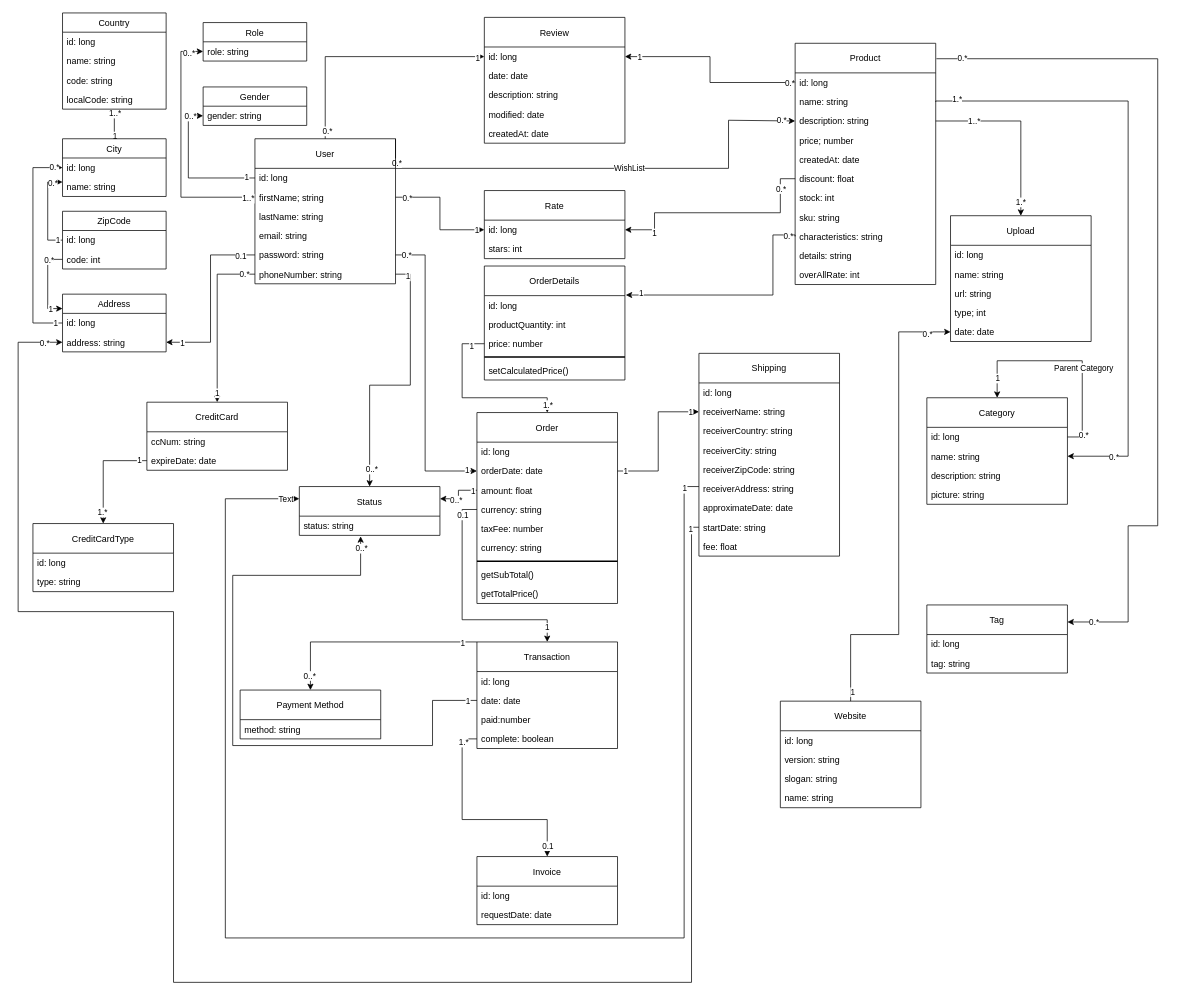
Above: page "Ecommerce basic model" (1 of 4) of Class Diagram.drawio in Psycomentis06/AZIT-e-commerce-API-doc (draw.io), before the change. Source tidied: cells renumbered, new cells numbered last; positions are measured from the earlier drawing's top-left corner, leaving out a move shared by most shapes. Both pictures are drawn from the tidied source at 74%, with x=0, y=0 at pixel (18, 13).
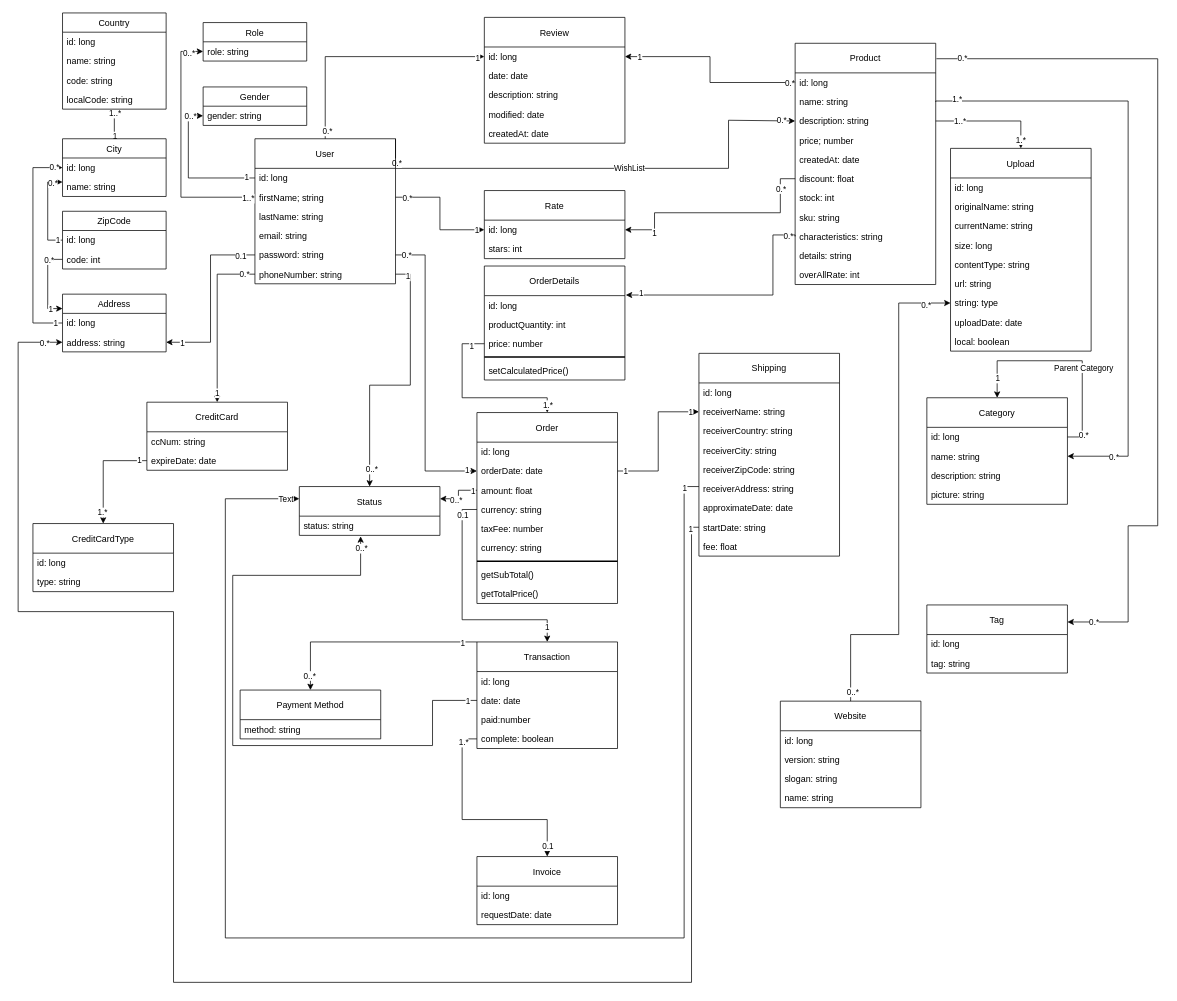
Above is the later version.

Unchanged cells that the change refers to:
```xml
<mxCell id="175" value="Website" style="swimlane;fontStyle=0;horizontal=1;startSize=40;fillColor=none;" parent="1" vertex="1">
  <mxGeometry x="1030" y="930" width="190" height="144" as="geometry" />
</mxCell>
```

What changed in the source:
```diff
@@
     <mxCell id="33" value="Upload" style="swimlane;fontStyle=0;horizontal=1;startSize=40;fillColor=none;" parent="1" vertex="1">
-      <mxGeometry x="1260" y="274" width="190" height="170" as="geometry" />
+      <mxGeometry x="1260" y="183" width="190" height="274" as="geometry" />
     </mxCell>
@@
-    <mxCell id="35" value="name: string" style="text;strokeColor=none;fillColor=none;align=left;verticalAlign=top;spacingLeft=4;spacingRight=4;overflow=hidden;" parent="33" vertex="1">
+    <mxCell id="35" value="originalName: string" style="text;strokeColor=none;fillColor=none;align=left;verticalAlign=top;spacingLeft=4;spacingRight=4;overflow=hidden;" parent="33" vertex="1">
       <mxGeometry y="66" width="190" height="26" as="geometry" />
     </mxCell>
-    <mxCell id="36" value="url: string" style="text;strokeColor=none;fillColor=none;align=left;verticalAlign=top;spacingLeft=4;spacingRight=4;overflow=hidden;" parent="33" vertex="1">
+    <mxCell id="36" value="currentName: string" style="text;strokeColor=none;fillColor=none;align=left;verticalAlign=top;spacingLeft=4;spacingRight=4;overflow=hidden;" parent="33" vertex="1">
       <mxGeometry y="92" width="190" height="26" as="geometry" />
     </mxCell>
-    <mxCell id="37" value="type; int" style="text;strokeColor=none;fillColor=none;align=left;verticalAlign=top;spacingLeft=4;spacingRight=4;overflow=hidden;" parent="33" vertex="1">
+    <mxCell id="37" value="size: long" style="text;strokeColor=none;fillColor=none;align=left;verticalAlign=top;spacingLeft=4;spacingRight=4;overflow=hidden;" parent="33" vertex="1">
       <mxGeometry y="118" width="190" height="26" as="geometry" />
     </mxCell>
-    <mxCell id="38" value="date: date" style="text;strokeColor=none;fillColor=none;align=left;verticalAlign=top;spacingLeft=4;spacingRight=4;overflow=hidden;points=[[0,0.5],[1,0.5]];portConstraint=eastwest;" parent="33" vertex="1">
+    <mxCell id="38" value="contentType: string" style="text;strokeColor=none;fillColor=none;align=left;verticalAlign=top;spacingLeft=4;spacingRight=4;overflow=hidden;points=[[0,0.5],[1,0.5]];portConstraint=eastwest;" parent="33" vertex="1">
       <mxGeometry y="144" width="190" height="26" as="geometry" />
     </mxCell>
+    <mxCell id="206" value="url: string" style="text;strokeColor=none;fillColor=none;align=left;verticalAlign=top;spacingLeft=4;spacingRight=4;overflow=hidden;" parent="33" vertex="1">
+      <mxGeometry y="170" width="190" height="26" as="geometry" />
+    </mxCell>
+    <mxCell id="207" value="string: type" style="text;strokeColor=none;fillColor=none;align=left;verticalAlign=top;spacingLeft=4;spacingRight=4;overflow=hidden;points=[[0,0.5],[1,0.5]];portConstraint=eastwest;" parent="33" vertex="1">
+      <mxGeometry y="196" width="190" height="26" as="geometry" />
+    </mxCell>
+    <mxCell id="208" value="uploadDate: date" style="text;strokeColor=none;fillColor=none;align=left;verticalAlign=top;spacingLeft=4;spacingRight=4;overflow=hidden;" parent="33" vertex="1">
+      <mxGeometry y="222" width="190" height="26" as="geometry" />
+    </mxCell>
+    <mxCell id="209" value="local: boolean" style="text;strokeColor=none;fillColor=none;align=left;verticalAlign=top;spacingLeft=4;spacingRight=4;overflow=hidden;" parent="33" vertex="1">
+      <mxGeometry y="248" width="190" height="26" as="geometry" />
+    </mxCell>
@@
-    <mxCell id="172" style="edgeStyle=orthogonalEdgeStyle;rounded=0;jettySize=auto;html=1;exitX=0.5;exitY=0;exitDx=0;exitDy=0;entryX=0;entryY=0.5;entryDx=0;entryDy=0;" parent="1" edge="1" source="175" target="38">
+    <mxCell id="172" style="edgeStyle=orthogonalEdgeStyle;rounded=0;jettySize=auto;html=1;exitX=0.5;exitY=0;exitDx=0;exitDy=0;entryX=0;entryY=0.5;entryDx=0;entryDy=0;" parent="1" edge="1" source="175" target="207">
       <mxGeometry relative="1" as="geometry">
         <Array as="points">
           <mxPoint x="1125" y="840" />
           <mxPoint x="1190" y="840" />
-          <mxPoint x="1190" y="431" />
+          <mxPoint x="1190" y="392" />
         </Array>
       </mxGeometry>
     </mxCell>
-    <mxCell id="173" value="1" style="edgeLabel;html=1;align=center;verticalAlign=middle;" parent="172" vertex="1">
+    <mxCell id="173" value="0..*" style="edgeLabel;html=1;align=center;verticalAlign=middle;" parent="172" vertex="1">
       <mxGeometry x="-0.96" y="-2" relative="1" as="geometry" />
     </mxCell>
```
